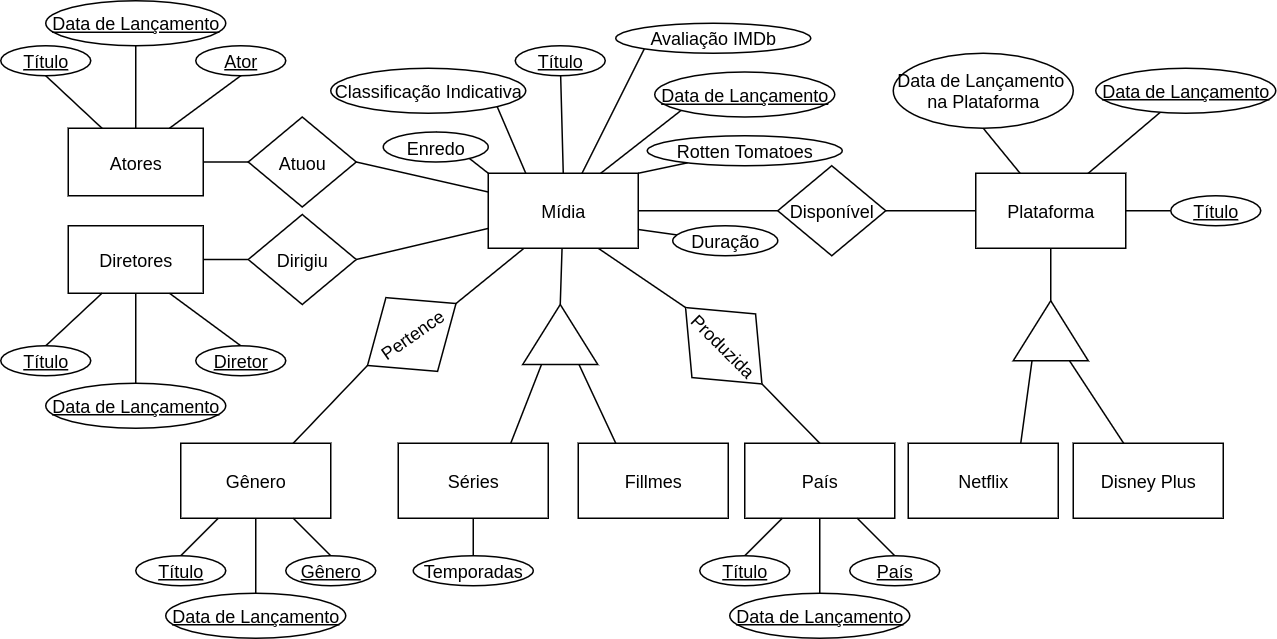
Above: final/assets/modeloconceitual.png in GeorgeJuniorGG/MC536-Chill (draw.io), before the change. Source tidied: cells renumbered, new cells last; positions are measured from the earlier drawing's top-left corner, leaving out a move shared by most shapes.
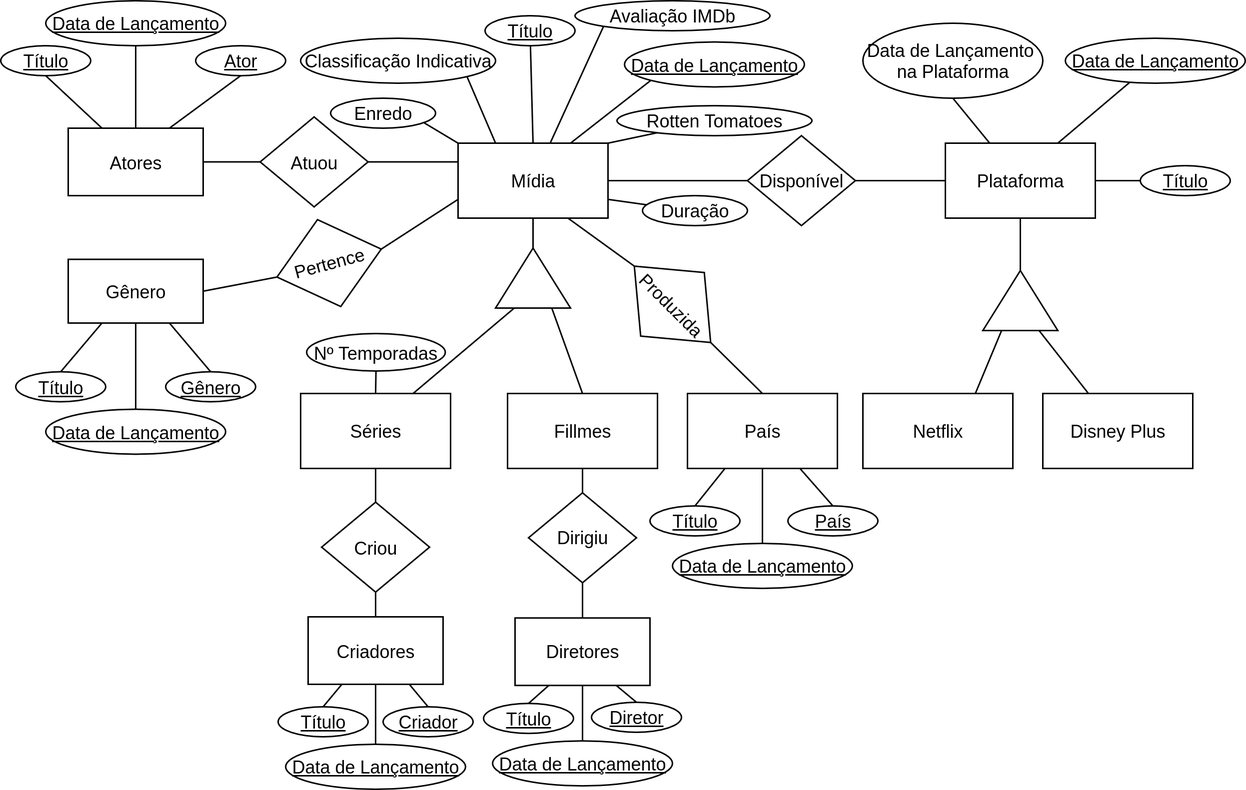
Later version of the same file.

Commit message:
atualizando modelo conceitual

Change to the diagram source:
```diff
@@ -2,8 +2,11 @@
   <root>
     <mxCell id="0" />
     <mxCell id="1" parent="0" />
+    <mxCell id="81" style="edgeStyle=none;rounded=0;jettySize=auto;html=1;exitX=0.5;exitY=1;exitDx=0;exitDy=0;entryX=0.5;entryY=0;entryDx=0;entryDy=0;endArrow=none;endFill=0;" parent="1" edge="1" source="2" target="54">
+      <mxGeometry relative="1" as="geometry" />
+    </mxCell>
     <mxCell id="2" value="Fillmes" style="html=1;dashed=0;whitespace=wrap;" parent="1" vertex="1">
-      <mxGeometry x="385" y="295" width="100" height="50" as="geometry" />
+      <mxGeometry x="358" y="282" width="100" height="50" as="geometry" />
     </mxCell>
     <mxCell id="3" style="edgeStyle=none;rounded=0;jettySize=auto;html=1;exitX=1;exitY=0.5;exitDx=0;exitDy=0;entryX=0;entryY=0.5;entryDx=0;entryDy=0;endArrow=none;endFill=0;" parent="1" edge="1" source="4" target="42">
       <mxGeometry relative="1" as="geometry" />
@@ -21,7 +24,7 @@
       <mxGeometry relative="1" as="geometry" />
     </mxCell>
     <mxCell id="8" value="Netflix" style="html=1;dashed=0;whitespace=wrap;" parent="1" vertex="1">
-      <mxGeometry x="605" y="295" width="100" height="50" as="geometry" />
+      <mxGeometry x="595" y="282" width="100" height="50" as="geometry" />
     </mxCell>
     <mxCell id="9" style="edgeStyle=none;rounded=0;jettySize=auto;html=1;exitX=1;exitY=0.5;exitDx=0;exitDy=0;entryX=0;entryY=0.5;entryDx=0;entryDy=0;endArrow=none;endFill=0;" parent="1" edge="1" source="42" target="37">
       <mxGeometry relative="1" as="geometry" />
@@ -30,18 +33,16 @@
       <mxGeometry relative="1" as="geometry" />
     </mxCell>
     <mxCell id="11" value="Disney Plus" style="html=1;dashed=0;whitespace=wrap;" parent="1" vertex="1">
-      <mxGeometry x="715" y="295" width="100" height="50" as="geometry" />
+      <mxGeometry x="715" y="282" width="100" height="50" as="geometry" />
     </mxCell>
     <mxCell id="12" style="edgeStyle=none;rounded=0;jettySize=auto;html=1;exitX=0.5;exitY=0;exitDx=0;exitDy=0;endArrow=none;endFill=0;entryX=0;entryY=0;entryDx=0;entryDy=0;" parent="1" edge="1" source="13" target="23">
       <mxGeometry relative="1" as="geometry" />
     </mxCell>
     <mxCell id="13" value="Enredo" style="shape=ellipse;html=1;dashed=0;whitespace=wrap;perimeter=ellipsePerimeter;" parent="1" vertex="1">
-      <mxGeometry x="255" y="87.5" width="70" height="20" as="geometry" />
+      <mxGeometry x="240" y="85" width="70" height="20" as="geometry" />
     </mxCell>
-    <mxCell id="14" style="edgeStyle=none;rounded=0;jettySize=auto;html=1;exitX=1;exitY=0.5;exitDx=0;exitDy=0;endArrow=none;endFill=0;" parent="1" edge="1" source="56">
-      <mxGeometry relative="1" as="geometry">
-        <mxPoint x="355" y="160" as="targetPoint" />
-      </mxGeometry>
+    <mxCell id="14" style="edgeStyle=none;rounded=0;jettySize=auto;html=1;exitX=1;exitY=0.5;exitDx=0;exitDy=0;endArrow=none;endFill=0;entryX=0;entryY=0.75;entryDx=0;entryDy=0;" parent="1" edge="1" source="56" target="23">
+      <mxGeometry relative="1" as="geometry" />
     </mxCell>
     <mxCell id="15" style="edgeStyle=none;rounded=0;jettySize=auto;html=1;exitX=0;exitY=1;exitDx=0;exitDy=0;endArrow=none;endFill=0;entryX=0.75;entryY=0;entryDx=0;entryDy=0;" parent="1" edge="1" source="16" target="23">
       <mxGeometry relative="1" as="geometry" />
@@ -73,41 +74,43 @@
     <mxCell id="24" style="edgeStyle=none;rounded=0;jettySize=auto;html=1;exitX=0.75;exitY=0;exitDx=0;exitDy=0;entryX=0.5;entryY=1;entryDx=0;entryDy=0;endArrow=none;endFill=0;" parent="1" edge="1" source="26" target="32">
       <mxGeometry relative="1" as="geometry" />
     </mxCell>
-    <mxCell id="25" style="edgeStyle=none;rounded=0;jettySize=auto;html=1;entryX=0;entryY=0.5;entryDx=0;entryDy=0;endArrow=none;endFill=0;" parent="1" edge="1" source="26" target="52">
-      <mxGeometry relative="1" as="geometry" />
+    <mxCell id="25" style="edgeStyle=none;rounded=0;jettySize=auto;html=1;entryX=0;entryY=0.5;entryDx=0;entryDy=0;endArrow=none;endFill=0;" parent="1" edge="1" source="26">
+      <mxGeometry relative="1" as="geometry">
+        <mxPoint x="193" y="127.5" as="targetPoint" />
+      </mxGeometry>
     </mxCell>
     <mxCell id="26" value="Atores" style="html=1;dashed=0;whitespace=wrap;" parent="1" vertex="1">
-      <mxGeometry x="45" y="85" width="90" height="45" as="geometry" />
+      <mxGeometry x="65" y="105" width="90" height="45" as="geometry" />
     </mxCell>
+    <mxCell id="28" style="edgeStyle=none;rounded=0;jettySize=auto;html=1;entryX=0.5;entryY=0;entryDx=0;entryDy=0;endArrow=none;endFill=0;" parent="1" edge="1" source="29" target="59">
+      <mxGeometry relative="1" as="geometry" />
+    </mxCell>
-    <mxCell id="27" style="edgeStyle=none;rounded=0;jettySize=auto;html=1;entryX=0;entryY=0.5;entryDx=0;entryDy=0;endArrow=none;endFill=0;" parent="1" edge="1" source="29" target="54">
+    <mxCell id="27" style="edgeStyle=orthogonalEdgeStyle;rounded=0;jettySize=auto;html=1;exitX=0.5;exitY=0;exitDx=0;exitDy=0;entryX=0.5;entryY=1;entryDx=0;entryDy=0;endArrow=none;endFill=0;" parent="1" edge="1" source="29" target="54">
       <mxGeometry relative="1" as="geometry" />
     </mxCell>
-    <mxCell id="28" style="edgeStyle=none;rounded=0;jettySize=auto;html=1;entryX=0.5;entryY=0;entryDx=0;entryDy=0;endArrow=none;endFill=0;" parent="1" edge="1" source="29" target="59">
-      <mxGeometry relative="1" as="geometry" />
-    </mxCell>
     <mxCell id="29" value="Diretores" style="html=1;dashed=0;whitespace=wrap;" parent="1" vertex="1">
-      <mxGeometry x="45" y="150" width="90" height="45" as="geometry" />
+      <mxGeometry x="363" y="431.8" width="90" height="45" as="geometry" />
     </mxCell>
     <mxCell id="30" style="edgeStyle=none;rounded=0;jettySize=auto;html=1;exitX=0.5;exitY=1;exitDx=0;exitDy=0;entryX=0.25;entryY=0;entryDx=0;entryDy=0;endArrow=none;endFill=0;" parent="1" edge="1" source="31" target="26">
       <mxGeometry relative="1" as="geometry" />
     </mxCell>
     <mxCell id="31" value="&lt;u&gt;Título&lt;/u&gt;" style="shape=ellipse;html=1;dashed=0;whitespace=wrap;perimeter=ellipsePerimeter;" parent="1" vertex="1">
-      <mxGeometry y="30" width="60" height="20" as="geometry" />
+      <mxGeometry x="20" y="50" width="60" height="20" as="geometry" />
     </mxCell>
     <mxCell id="32" value="&lt;u&gt;Ator&lt;/u&gt;" style="shape=ellipse;html=1;dashed=0;whitespace=wrap;perimeter=ellipsePerimeter;" parent="1" vertex="1">
-      <mxGeometry x="130" y="30" width="60" height="20" as="geometry" />
+      <mxGeometry x="150" y="50" width="60" height="20" as="geometry" />
     </mxCell>
     <mxCell id="33" style="edgeStyle=none;rounded=0;jettySize=auto;html=1;exitX=0.5;exitY=0;exitDx=0;exitDy=0;entryX=0.25;entryY=1;entryDx=0;entryDy=0;endArrow=none;endFill=0;" parent="1" edge="1" source="34" target="29">
       <mxGeometry relative="1" as="geometry" />
     </mxCell>
     <mxCell id="34" value="&lt;u&gt;Título&lt;/u&gt;" style="shape=ellipse;html=1;dashed=0;whitespace=wrap;perimeter=ellipsePerimeter;" parent="1" vertex="1">
-      <mxGeometry y="230" width="60" height="20" as="geometry" />
+      <mxGeometry x="342" y="488.8" width="60" height="20" as="geometry" />
     </mxCell>
     <mxCell id="35" style="edgeStyle=none;rounded=0;jettySize=auto;html=1;exitX=0.5;exitY=0;exitDx=0;exitDy=0;entryX=0.75;entryY=1;entryDx=0;entryDy=0;endArrow=none;endFill=0;" parent="1" edge="1" source="36" target="29">
       <mxGeometry relative="1" as="geometry" />
     </mxCell>
     <mxCell id="36" value="&lt;u&gt;Diretor&lt;/u&gt;" style="shape=ellipse;html=1;dashed=0;whitespace=wrap;perimeter=ellipsePerimeter;" parent="1" vertex="1">
-      <mxGeometry x="130" y="230" width="60" height="20" as="geometry" />
+      <mxGeometry x="414" y="488" width="60" height="20" as="geometry" />
     </mxCell>
     <mxCell id="37" value="&lt;u&gt;Título&lt;/u&gt;" style="shape=ellipse;html=1;dashed=0;whitespace=wrap;perimeter=ellipsePerimeter;" parent="1" vertex="1">
       <mxGeometry x="780" y="130" width="60" height="20" as="geometry" />
@@ -127,17 +130,17 @@
     <mxCell id="42" value="Plataforma" style="html=1;dashed=0;whitespace=wrap;" parent="1" vertex="1">
       <mxGeometry x="650" y="115" width="100" height="50" as="geometry" />
     </mxCell>
-    <mxCell id="43" style="edgeStyle=none;rounded=0;jettySize=auto;html=1;exitX=0;exitY=0.75;exitDx=0;exitDy=0;entryX=0.25;entryY=0;entryDx=0;entryDy=0;endArrow=none;endFill=0;" parent="1" edge="1" source="45" target="2">
+    <mxCell id="43" style="edgeStyle=none;rounded=0;jettySize=auto;html=1;exitX=0;exitY=0.75;exitDx=0;exitDy=0;endArrow=none;endFill=0;entryX=0.5;entryY=0;entryDx=0;entryDy=0;" parent="1" edge="1" source="45" target="2">
       <mxGeometry relative="1" as="geometry" />
     </mxCell>
     <mxCell id="44" style="edgeStyle=none;rounded=0;jettySize=auto;html=1;exitX=0;exitY=0.25;exitDx=0;exitDy=0;entryX=0.75;entryY=0;entryDx=0;entryDy=0;endArrow=none;endFill=0;" parent="1" edge="1" source="45" target="46">
       <mxGeometry relative="1" as="geometry" />
     </mxCell>
     <mxCell id="45" style="triangle;whiteSpace=wrap;html=1;dashed=0;direction=south;rotation=-180;" parent="1" vertex="1">
-      <mxGeometry x="348" y="202.5" width="50" height="40" as="geometry" />
+      <mxGeometry x="350" y="185" width="50" height="40" as="geometry" />
     </mxCell>
     <mxCell id="46" value="Séries" style="html=1;dashed=0;whitespace=wrap;" parent="1" vertex="1">
-      <mxGeometry x="265" y="295" width="100" height="50" as="geometry" />
+      <mxGeometry x="220" y="282" width="100" height="50" as="geometry" />
     </mxCell>
     <mxCell id="47" style="edgeStyle=none;rounded=0;jettySize=auto;html=1;entryX=1;entryY=0.75;entryDx=0;entryDy=0;endArrow=none;endFill=0;" parent="1" edge="1" source="48" target="23">
       <mxGeometry relative="1" as="geometry" />
@@ -145,59 +148,56 @@
     <mxCell id="48" value="Duração" style="shape=ellipse;html=1;dashed=0;whitespace=wrap;perimeter=ellipsePerimeter;" parent="1" vertex="1">
       <mxGeometry x="448" y="150" width="70" height="20" as="geometry" />
     </mxCell>
-    <mxCell id="49" style="edgeStyle=none;rounded=0;jettySize=auto;html=1;entryX=0.5;entryY=1;entryDx=0;entryDy=0;endArrow=none;endFill=0;" parent="1" edge="1" source="50" target="46">
+    <mxCell id="49" style="edgeStyle=none;rounded=0;jettySize=auto;html=1;entryX=0.5;entryY=0;entryDx=0;entryDy=0;endArrow=none;endFill=0;" parent="1" edge="1" source="50" target="46">
       <mxGeometry relative="1" as="geometry" />
     </mxCell>
-    <mxCell id="50" value="Temporadas" style="shape=ellipse;html=1;dashed=0;whitespace=wrap;perimeter=ellipsePerimeter;" parent="1" vertex="1">
-      <mxGeometry x="275" y="370" width="80" height="20" as="geometry" />
+    <mxCell id="50" value="Nº Temporadas" style="shape=ellipse;html=1;dashed=0;whitespace=wrap;perimeter=ellipsePerimeter;" parent="1" vertex="1">
+      <mxGeometry x="224" y="242" width="92.5" height="25" as="geometry" />
     </mxCell>
     <mxCell id="51" style="edgeStyle=none;rounded=0;jettySize=auto;html=1;entryX=0;entryY=0.25;entryDx=0;entryDy=0;endArrow=none;endFill=0;exitX=1;exitY=0.5;exitDx=0;exitDy=0;" parent="1" edge="1" source="52" target="23">
       <mxGeometry relative="1" as="geometry" />
     </mxCell>
     <mxCell id="52" value="Atuou" style="shape=rhombus;html=1;dashed=0;whitespace=wrap;perimeter=rhombusPerimeter;" parent="1" vertex="1">
-      <mxGeometry x="165" y="77.5" width="72" height="60" as="geometry" />
+      <mxGeometry x="193" y="97.5" width="72" height="60" as="geometry" />
     </mxCell>
-    <mxCell id="53" style="edgeStyle=none;rounded=0;jettySize=auto;html=1;endArrow=none;endFill=0;exitX=1;exitY=0.5;exitDx=0;exitDy=0;" parent="1" edge="1" source="54" target="23">
-      <mxGeometry relative="1" as="geometry" />
-    </mxCell>
     <mxCell id="54" value="Dirigiu" style="shape=rhombus;html=1;dashed=0;whitespace=wrap;perimeter=rhombusPerimeter;" parent="1" vertex="1">
-      <mxGeometry x="165" y="142.5" width="72" height="60" as="geometry" />
+      <mxGeometry x="372" y="348.2" width="72" height="60" as="geometry" />
     </mxCell>
-    <mxCell id="55" style="edgeStyle=none;rounded=0;jettySize=auto;html=1;entryX=0;entryY=0.5;entryDx=0;entryDy=0;endArrow=none;endFill=0;exitX=0.75;exitY=0;exitDx=0;exitDy=0;" parent="1" edge="1" source="61" target="56">
+    <mxCell id="55" style="edgeStyle=none;rounded=0;jettySize=auto;html=1;entryX=0;entryY=0.5;entryDx=0;entryDy=0;endArrow=none;endFill=0;exitX=1;exitY=0.5;exitDx=0;exitDy=0;" parent="1" edge="1" source="61" target="56">
       <mxGeometry relative="1" as="geometry" />
     </mxCell>
-    <mxCell id="56" value="Pertence" style="shape=rhombus;html=1;dashed=0;whitespace=wrap;perimeter=rhombusPerimeter;rotation=-35;" parent="1" vertex="1">
-      <mxGeometry x="238" y="192.5" width="72" height="60" as="geometry" />
+    <mxCell id="56" value="Pertence" style="shape=rhombus;html=1;dashed=0;whitespace=wrap;perimeter=rhombusPerimeter;rotation=-15;" parent="1" vertex="1">
+      <mxGeometry x="203" y="165" width="72" height="60" as="geometry" />
     </mxCell>
     <mxCell id="57" style="rounded=0;jettySize=auto;html=1;entryX=0.5;entryY=0;entryDx=0;entryDy=0;endArrow=none;endFill=0;" parent="1" edge="1" source="58" target="26">
       <mxGeometry relative="1" as="geometry" />
     </mxCell>
     <mxCell id="58" value="&lt;u&gt;Data de Lançamento&lt;/u&gt;" style="shape=ellipse;html=1;dashed=0;whitespace=wrap;perimeter=ellipsePerimeter;" parent="1" vertex="1">
-      <mxGeometry x="30" width="120" height="30" as="geometry" />
+      <mxGeometry x="50" y="20" width="120" height="30" as="geometry" />
     </mxCell>
     <mxCell id="59" value="&lt;u&gt;Data de Lançamento&lt;/u&gt;" style="shape=ellipse;html=1;dashed=0;whitespace=wrap;perimeter=ellipsePerimeter;" parent="1" vertex="1">
-      <mxGeometry x="30" y="255" width="120" height="30" as="geometry" />
+      <mxGeometry x="348" y="513.8" width="120" height="30" as="geometry" />
     </mxCell>
     <mxCell id="60" style="edgeStyle=none;rounded=0;jettySize=auto;html=1;entryX=0.5;entryY=0;entryDx=0;entryDy=0;endArrow=none;endFill=0;" parent="1" edge="1" source="61" target="66">
       <mxGeometry relative="1" as="geometry" />
     </mxCell>
     <mxCell id="61" value="Gênero" style="html=1;dashed=0;whitespace=wrap;" parent="1" vertex="1">
-      <mxGeometry x="120" y="295" width="100" height="50" as="geometry" />
+      <mxGeometry x="65" y="192.5" width="90" height="42.5" as="geometry" />
     </mxCell>
     <mxCell id="62" style="edgeStyle=none;rounded=0;jettySize=auto;html=1;exitX=0.5;exitY=0;exitDx=0;exitDy=0;entryX=0.25;entryY=1;entryDx=0;entryDy=0;endArrow=none;endFill=0;" parent="1" edge="1" source="63" target="61">
       <mxGeometry relative="1" as="geometry" />
     </mxCell>
     <mxCell id="63" value="&lt;u&gt;Título&lt;/u&gt;" style="shape=ellipse;html=1;dashed=0;whitespace=wrap;perimeter=ellipsePerimeter;" parent="1" vertex="1">
-      <mxGeometry x="90" y="370" width="60" height="20" as="geometry" />
+      <mxGeometry x="30" y="267.5" width="60" height="20" as="geometry" />
     </mxCell>
     <mxCell id="64" style="edgeStyle=none;rounded=0;jettySize=auto;html=1;exitX=0.5;exitY=0;exitDx=0;exitDy=0;entryX=0.75;entryY=1;entryDx=0;entryDy=0;endArrow=none;endFill=0;" parent="1" edge="1" source="65" target="61">
       <mxGeometry relative="1" as="geometry" />
     </mxCell>
     <mxCell id="65" value="&lt;u&gt;Gênero&lt;/u&gt;" style="shape=ellipse;html=1;dashed=0;whitespace=wrap;perimeter=ellipsePerimeter;" parent="1" vertex="1">
-      <mxGeometry x="190" y="370" width="60" height="20" as="geometry" />
+      <mxGeometry x="130" y="267.5" width="60" height="20" as="geometry" />
     </mxCell>
     <mxCell id="66" value="&lt;u&gt;Data de Lançamento&lt;/u&gt;" style="shape=ellipse;html=1;dashed=0;whitespace=wrap;perimeter=ellipsePerimeter;" parent="1" vertex="1">
-      <mxGeometry x="110" y="395" width="120" height="30" as="geometry" />
+      <mxGeometry x="50" y="292.5" width="120" height="30" as="geometry" />
     </mxCell>
     <mxCell id="67" style="edgeStyle=none;rounded=0;jettySize=auto;html=1;entryX=0.75;entryY=0;entryDx=0;entryDy=0;endArrow=none;endFill=0;" parent="1" edge="1" source="68" target="42">
       <mxGeometry relative="1" as="geometry" />
@@ -212,34 +212,64 @@
       <mxGeometry relative="1" as="geometry" />
     </mxCell>
     <mxCell id="71" value="Avaliação IMDb" style="shape=ellipse;html=1;dashed=0;whitespace=wrap;perimeter=ellipsePerimeter;" parent="1" vertex="1">
-      <mxGeometry x="410" y="15" width="130" height="20" as="geometry" />
+      <mxGeometry x="403" y="20" width="130" height="20" as="geometry" />
     </mxCell>
     <mxCell id="72" style="edgeStyle=none;rounded=0;jettySize=auto;html=1;entryX=0.5;entryY=0;entryDx=0;entryDy=0;endArrow=none;endFill=0;" parent="1" edge="1" source="73" target="78">
       <mxGeometry relative="1" as="geometry" />
     </mxCell>
     <mxCell id="73" value="País" style="html=1;dashed=0;whitespace=wrap;" parent="1" vertex="1">
-      <mxGeometry x="496" y="295" width="100" height="50" as="geometry" />
+      <mxGeometry x="478" y="282" width="100" height="50" as="geometry" />
     </mxCell>
     <mxCell id="74" style="edgeStyle=none;rounded=0;jettySize=auto;html=1;exitX=0.5;exitY=0;exitDx=0;exitDy=0;entryX=0.25;entryY=1;entryDx=0;entryDy=0;endArrow=none;endFill=0;" parent="1" edge="1" source="75" target="73">
       <mxGeometry relative="1" as="geometry" />
     </mxCell>
     <mxCell id="75" value="&lt;u&gt;Título&lt;/u&gt;" style="shape=ellipse;html=1;dashed=0;whitespace=wrap;perimeter=ellipsePerimeter;" parent="1" vertex="1">
-      <mxGeometry x="466" y="370" width="60" height="20" as="geometry" />
+      <mxGeometry x="453" y="357" width="60" height="20" as="geometry" />
     </mxCell>
     <mxCell id="76" style="edgeStyle=none;rounded=0;jettySize=auto;html=1;exitX=0.5;exitY=0;exitDx=0;exitDy=0;entryX=0.75;entryY=1;entryDx=0;entryDy=0;endArrow=none;endFill=0;" parent="1" edge="1" source="77" target="73">
       <mxGeometry relative="1" as="geometry" />
     </mxCell>
     <mxCell id="77" value="&lt;u&gt;País&lt;/u&gt;" style="shape=ellipse;html=1;dashed=0;whitespace=wrap;perimeter=ellipsePerimeter;" parent="1" vertex="1">
-      <mxGeometry x="566" y="370" width="60" height="20" as="geometry" />
+      <mxGeometry x="545" y="357" width="60" height="20" as="geometry" />
     </mxCell>
     <mxCell id="78" value="&lt;u&gt;Data de Lançamento&lt;/u&gt;" style="shape=ellipse;html=1;dashed=0;whitespace=wrap;perimeter=ellipsePerimeter;" parent="1" vertex="1">
-      <mxGeometry x="486" y="395" width="120" height="30" as="geometry" />
+      <mxGeometry x="468" y="382" width="120" height="30" as="geometry" />
     </mxCell>
     <mxCell id="79" style="edgeStyle=none;rounded=0;jettySize=auto;html=1;exitX=1;exitY=0.5;exitDx=0;exitDy=0;entryX=0.5;entryY=0;entryDx=0;entryDy=0;endArrow=none;endFill=0;" parent="1" edge="1" source="80" target="73">
       <mxGeometry relative="1" as="geometry" />
     </mxCell>
     <mxCell id="80" value="Produzida" style="shape=rhombus;html=1;dashed=0;whitespace=wrap;perimeter=rhombusPerimeter;rotation=45;" parent="1" vertex="1">
-      <mxGeometry x="446" y="200" width="72" height="60" as="geometry" />
+      <mxGeometry x="432" y="192.5" width="72" height="60" as="geometry" />
     </mxCell>
+    <mxCell id="82" style="edgeStyle=none;rounded=0;jettySize=auto;html=1;entryX=0.5;entryY=0;entryDx=0;entryDy=0;endArrow=none;endFill=0;" parent="1" edge="1" source="84" target="91">
+      <mxGeometry relative="1" as="geometry" />
+    </mxCell>
+    <mxCell id="83" style="edgeStyle=orthogonalEdgeStyle;rounded=0;jettySize=auto;html=1;exitX=0.5;exitY=0;exitDx=0;exitDy=0;entryX=0.5;entryY=1;entryDx=0;entryDy=0;endArrow=none;endFill=0;" parent="1" edge="1" source="84" target="90">
+      <mxGeometry relative="1" as="geometry" />
+    </mxCell>
+    <mxCell id="84" value="Criadores" style="html=1;dashed=0;whitespace=wrap;" parent="1" vertex="1">
+      <mxGeometry x="225" y="431" width="90" height="45" as="geometry" />
+    </mxCell>
+    <mxCell id="85" style="edgeStyle=none;rounded=0;jettySize=auto;html=1;exitX=0.5;exitY=0;exitDx=0;exitDy=0;entryX=0.25;entryY=1;entryDx=0;entryDy=0;endArrow=none;endFill=0;" parent="1" edge="1" source="86" target="84">
+      <mxGeometry relative="1" as="geometry" />
+    </mxCell>
+    <mxCell id="86" value="&lt;u&gt;Título&lt;/u&gt;" style="shape=ellipse;html=1;dashed=0;whitespace=wrap;perimeter=ellipsePerimeter;" parent="1" vertex="1">
+      <mxGeometry x="205" y="491" width="60" height="20" as="geometry" />
+    </mxCell>
+    <mxCell id="87" style="edgeStyle=none;rounded=0;jettySize=auto;html=1;exitX=0.5;exitY=0;exitDx=0;exitDy=0;entryX=0.75;entryY=1;entryDx=0;entryDy=0;endArrow=none;endFill=0;" parent="1" edge="1" source="88" target="84">
+      <mxGeometry relative="1" as="geometry" />
+    </mxCell>
+    <mxCell id="88" value="&lt;u&gt;Criador&lt;/u&gt;" style="shape=ellipse;html=1;dashed=0;whitespace=wrap;perimeter=ellipsePerimeter;" parent="1" vertex="1">
+      <mxGeometry x="275" y="491" width="60" height="20" as="geometry" />
+    </mxCell>
+    <mxCell id="89" style="rounded=0;jettySize=auto;html=1;exitX=0.5;exitY=0;exitDx=0;exitDy=0;entryX=0.5;entryY=1;entryDx=0;entryDy=0;endArrow=none;endFill=0;" parent="1" edge="1" source="90" target="46">
+      <mxGeometry relative="1" as="geometry" />
+    </mxCell>
+    <mxCell id="90" value="Criou" style="shape=rhombus;html=1;dashed=0;whitespace=wrap;perimeter=rhombusPerimeter;" parent="1" vertex="1">
+      <mxGeometry x="234" y="354.5" width="72" height="60" as="geometry" />
+    </mxCell>
+    <mxCell id="91" value="&lt;u&gt;Data de Lançamento&lt;/u&gt;" style="shape=ellipse;html=1;dashed=0;whitespace=wrap;perimeter=ellipsePerimeter;" parent="1" vertex="1">
+      <mxGeometry x="210" y="516" width="120" height="30" as="geometry" />
+    </mxCell>
   </root>
 </mxGraphModel>
```
